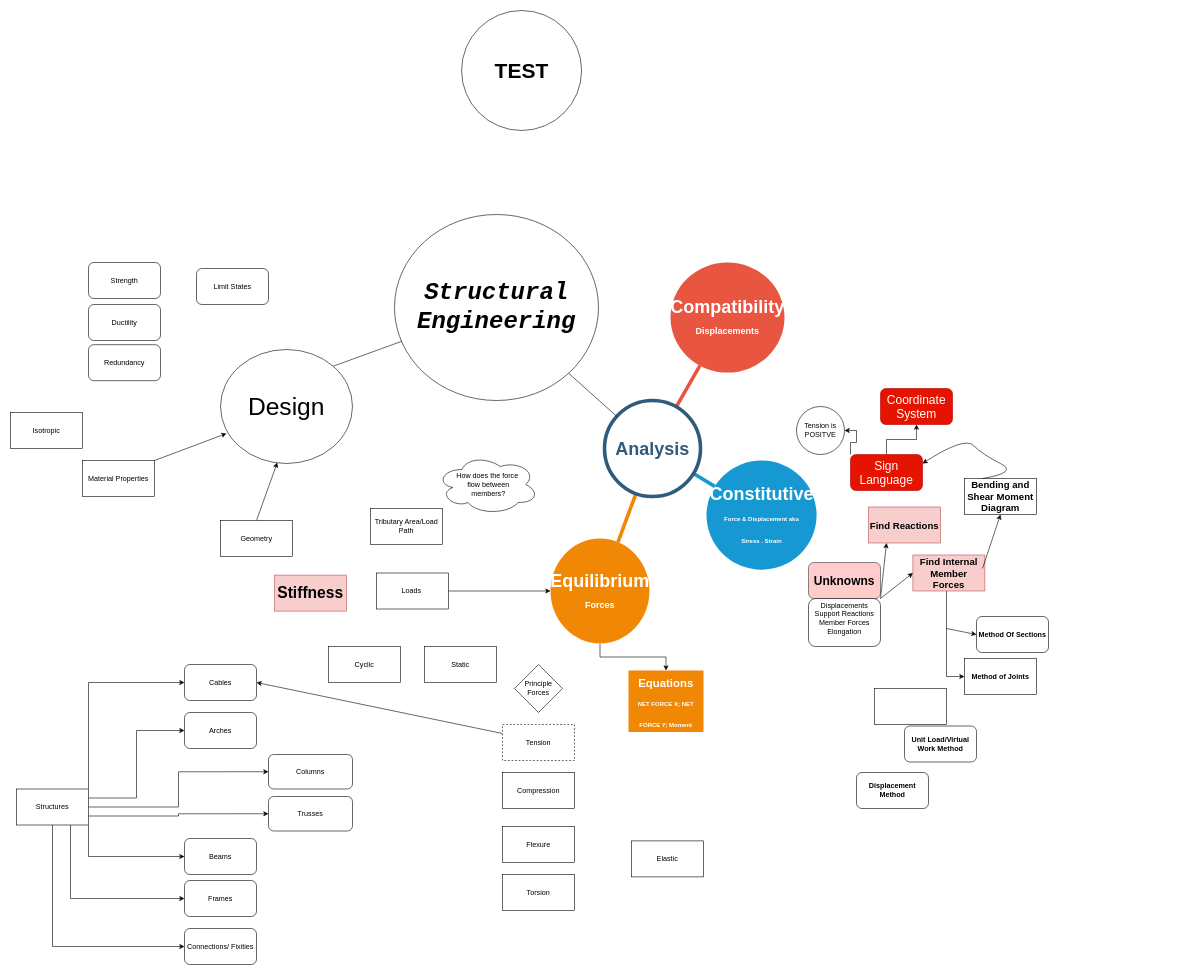
Before: StructuralEng.drawio in em329-unity/MindMaps, a draw.io diagram. Source tidied: cells renumbered, new cells numbered last; positions are measured from the earlier drawing's top-left corner, leaving out a move shared by most shapes. Both pictures are drawn from the tidied source at 60%, with x=0, y=0 at pixel (10, 10).
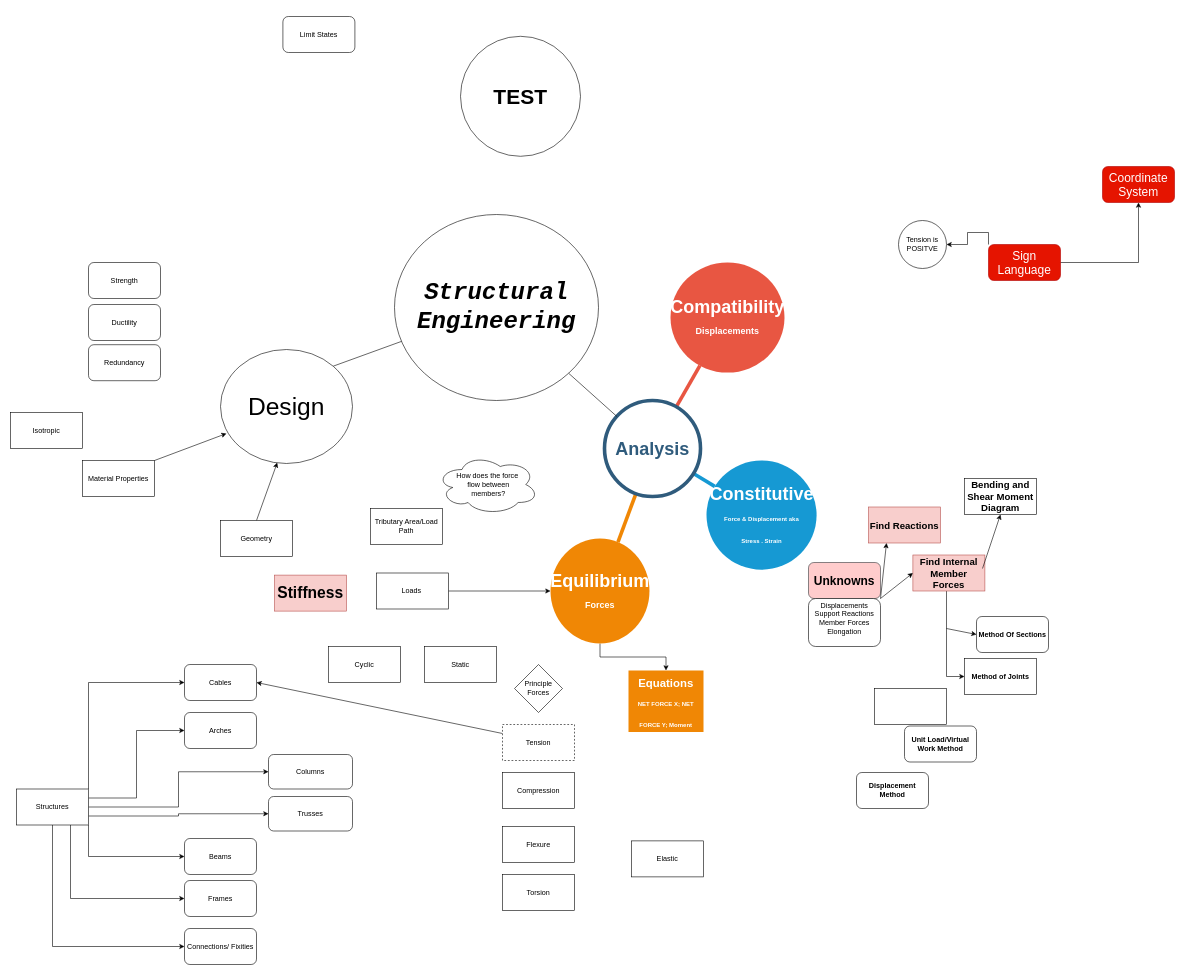
After the change.

Unchanged cells that the change refers to:
```xml
<mxCell id="35" value="&lt;b&gt;&lt;font style=&quot;font-size: 16px;&quot;&gt;Bending and Shear Moment Diagram&lt;/font&gt;&lt;/b&gt;" style="rounded=0;whiteSpace=wrap;html=1;" parent="1" vertex="1">
  <mxGeometry x="1590" y="780" width="120" height="60" as="geometry" />
</mxCell>
```

The edit, as a diff of the source:
```diff
@@
     <mxCell id="13" value="Sign Language" style="rounded=1;whiteSpace=wrap;html=1;fillColor=#e51400;fontColor=#ffffff;strokeColor=#B20000;fontSize=20;" parent="1" vertex="1">
-      <mxGeometry x="1400" y="740" width="120" height="60" as="geometry" />
+      <mxGeometry x="1630" y="390" width="120" height="60" as="geometry" />
     </mxCell>
     <mxCell id="14" value="Coordinate System" style="rounded=1;whiteSpace=wrap;html=1;fillColor=#e51400;fontColor=#ffffff;strokeColor=#B20000;fontSize=20;" parent="1" vertex="1">
-      <mxGeometry x="1450" y="630" width="120" height="60" as="geometry" />
+      <mxGeometry x="1820" y="260" width="120" height="60" as="geometry" />
     </mxCell>
     <mxCell id="15" value="Tension is POSITVE" style="ellipse;whiteSpace=wrap;html=1;" parent="1" vertex="1">
-      <mxGeometry x="1310" y="660" width="80" height="80" as="geometry" />
+      <mxGeometry x="1480" y="350" width="80" height="80" as="geometry" />
     </mxCell>
@@
     <mxCell id="26" value="&lt;b&gt;&lt;font style=&quot;font-size: 35px;&quot;&gt;TEST&lt;/font&gt;&lt;/b&gt;" style="ellipse;whiteSpace=wrap;html=1;" parent="1" vertex="1">
-      <mxGeometry x="751.8" width="200" height="200" as="geometry" />
+      <mxGeometry x="750" y="43" width="200" height="200" as="geometry" />
     </mxCell>
@@
-    <mxCell id="36" style="curved=1;endArrow=classic;html=1;rounded=0;entryX=1;entryY=0.25;entryDx=0;entryDy=0;exitX=0.25;exitY=0;exitDx=0;exitDy=0;" parent="1" edge="1" source="35" target="13">
-      <mxGeometry relative="1" as="geometry">
-        <Array as="points">
-          <mxPoint x="1680" y="770" />
-          <mxPoint x="1620" y="740" />
-          <mxPoint x="1590" y="710" />
-        </Array>
-      </mxGeometry>
-    </mxCell>
@@
     <mxCell id="72" value="Limit States" style="rounded=1;whiteSpace=wrap;html=1;" parent="1" vertex="1">
-      <mxGeometry x="310" y="430" width="120" height="60" as="geometry" />
+      <mxGeometry x="454" y="10" width="120" height="60" as="geometry" />
     </mxCell>
```
